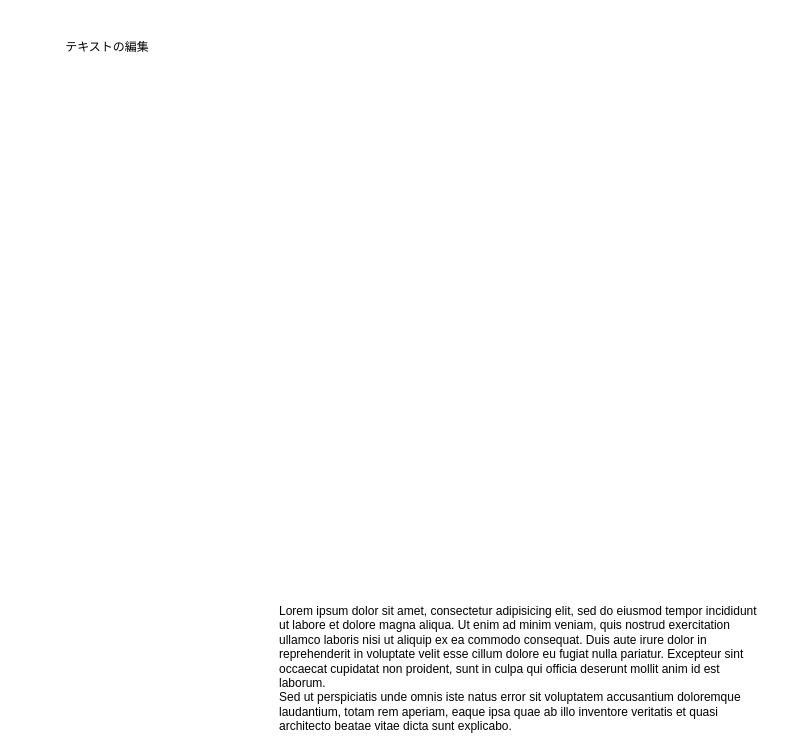
Above: 名称未設定ファイル.drawio in Ayasa/drawio (draw.io), before the change. Source tidied: cells renumbered, new cells numbered last; positions are measured from the earlier drawing's top-left corner, leaving out a move shared by most shapes. Both pictures are drawn from the tidied source at 100%, with x=0, y=0 at pixel (17, 17).
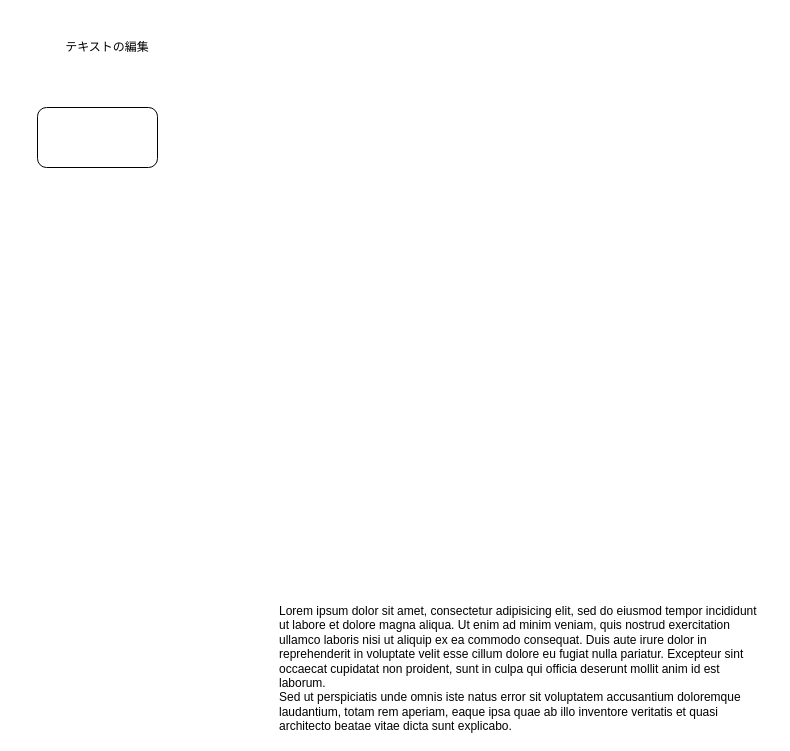
After the change.

Commit message:
名称未設定ファイル.drawio を更新します

Change to the diagram source:
```diff
@@
 <mxGraphModel background="#ffffff">
   <root>
     <mxCell id="0" />
     <mxCell id="1" parent="0" />
     <mxCell id="2" value="Lorem ipsum dolor sit amet, consectetur adipisicing elit, sed do eiusmod tempor incididunt ut labore et dolore magna aliqua. Ut enim ad minim veniam, quis nostrud exercitation ullamco laboris nisi ut aliquip ex ea commodo consequat. Duis aute irure dolor in reprehenderit in voluptate velit esse cillum dolore eu fugiat nulla pariatur. Excepteur sint occaecat cupidatat non proident, sunt in culpa qui officia deserunt mollit anim id est laborum.&lt;br&gt;Sed ut perspiciatis unde omnis iste natus error sit voluptatem accusantium doloremque laudantium, totam rem aperiam, eaque ipsa quae ab illo inventore veritatis et quasi architecto beatae vitae dicta sunt explicabo.&amp;nbsp;" style="text;spacingTop=-5;whiteSpace=wrap;html=1;align=left;fontSize=12;fontFamily=Helvetica;fillColor=none;strokeColor=none;rounded=0;shadow=1;labelBackgroundColor=none;" parent="1" vertex="1">
       <mxGeometry x="260" y="585" width="490" height="125" as="geometry" />
     </mxCell>
     <mxCell id="3" value="&lt;font color=&quot;#000000&quot;&gt;テキストの編集&lt;/font&gt;" style="text;html=1;strokeColor=none;fillColor=none;align=center;verticalAlign=middle;whiteSpace=wrap;rounded=0;" parent="1" vertex="1">
       <mxGeometry width="180" height="60" as="geometry" />
     </mxCell>
+    <mxCell id="4" style="rounded=1;whiteSpace=wrap;html=1;" parent="1" vertex="1">
+      <mxGeometry x="20" y="90" width="120" height="60" as="geometry" />
+    </mxCell>
   </root>
 </mxGraphModel>
```
